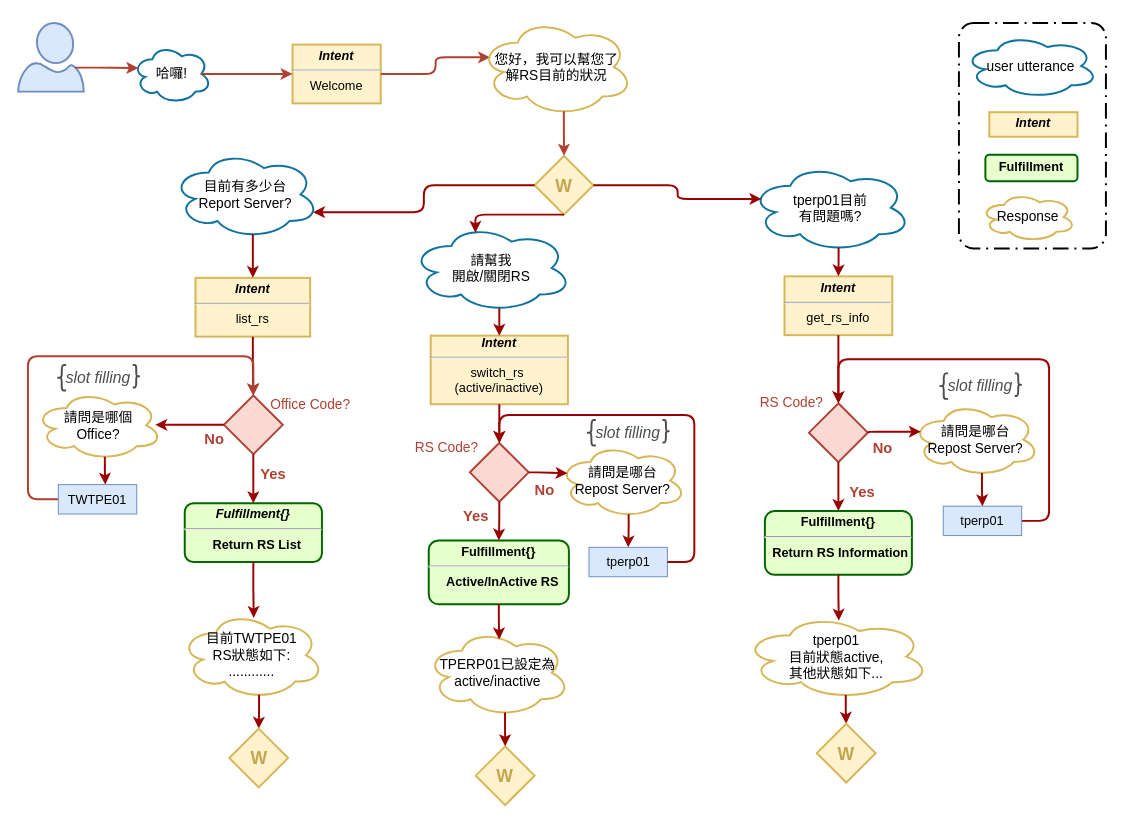
The draw.io diagram page "whl_report" (3 of 4) of resources/assets/qa_bot dialog flow.drawio in shihxuancheng/qa_bot, before the edit. Source tidied: cells renumbered, new cells numbered last; positions are measured from the earlier drawing's top-left corner, leaving out a move shared by most shapes. Both pictures are drawn from the tidied source at 98%, with x=0, y=0 at pixel (18, 18).
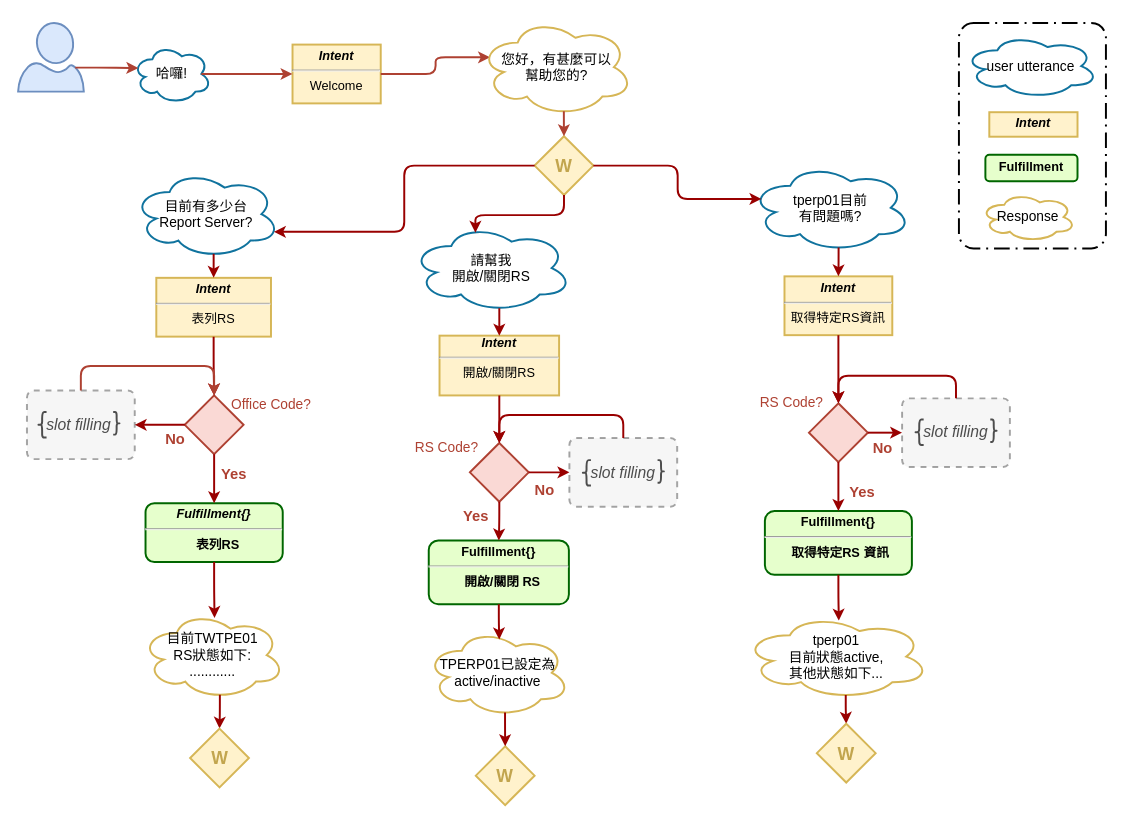
After the change.

The change refers to these unchanged cells:
```xml
<mxCell id="14" value="&lt;p style=&quot;line-height: 100%&quot;&gt;&lt;br&gt;&lt;/p&gt;" style="strokeWidth=2;html=1;shape=mxgraph.flowchart.decision;whiteSpace=wrap;shadow=0;fillColor=#fad9d5;fontSize=13;labelBorderColor=none;strokeColor=#ae4132;spacing=0;" parent="1" vertex="1">
  <mxGeometry x="807" y="393" width="60" height="60" as="geometry" />
</mxCell>
<mxCell id="55" value="&lt;p style=&quot;line-height: 100%&quot;&gt;&lt;br&gt;&lt;/p&gt;" style="strokeWidth=2;html=1;shape=mxgraph.flowchart.decision;whiteSpace=wrap;shadow=0;fillColor=#fad9d5;fontSize=13;labelBorderColor=none;strokeColor=#ae4132;spacing=0;" parent="1" vertex="1">
  <mxGeometry x="461" y="433.5" width="60" height="60" as="geometry" />
</mxCell>
```

What changed in the source:
```diff
@@
+    <mxCell id="88" style="rounded=1;arcSize=10;dashed=1;strokeColor=#000000;fillColor=#E6E6E6;gradientColor=none;strokeWidth=2;glass=0;opacity=35;" parent="1" vertex="1">
+      <mxGeometry x="902" y="388" width="110" height="70" as="geometry" />
+    </mxCell>
+    <mxCell id="89" style="rounded=1;arcSize=10;dashed=1;strokeColor=#000000;fillColor=#E6E6E6;gradientColor=none;strokeWidth=2;glass=0;opacity=35;" parent="1" vertex="1">
+      <mxGeometry x="562.5" y="428.5" width="110" height="70" as="geometry" />
+    </mxCell>
+    <mxCell id="90" style="rounded=1;arcSize=10;dashed=1;strokeColor=#000000;fillColor=#E6E6E6;gradientColor=none;strokeWidth=2;glass=0;opacity=35;" parent="1" vertex="1">
+      <mxGeometry x="9" y="380" width="110" height="70" as="geometry" />
+    </mxCell>
-    <mxCell id="2" value="&lt;p style=&quot;margin: 4px 0px 0px ; font-size: 13px&quot;&gt;&lt;b style=&quot;font-size: 13px&quot;&gt;&lt;i style=&quot;font-size: 13px&quot;&gt;Intent&lt;/i&gt;&lt;/b&gt;&lt;/p&gt;&lt;hr style=&quot;font-size: 13px&quot;&gt;&lt;div style=&quot;height: 2px ; font-size: 13px&quot;&gt;list_rs&lt;/div&gt;" style="verticalAlign=top;align=center;overflow=fill;fontSize=13;fontFamily=Helvetica;html=1;fillColor=#fff2cc;strokeColor=#d6b656;gradientColor=none;strokeWidth=2;" parent="1" vertex="1">
-      <mxGeometry x="181" y="265" width="117" height="60" as="geometry" />
+    <mxCell id="2" value="&lt;p style=&quot;margin: 4px 0px 0px ; font-size: 13px&quot;&gt;&lt;b style=&quot;font-size: 13px&quot;&gt;&lt;i style=&quot;font-size: 13px&quot;&gt;Intent&lt;/i&gt;&lt;/b&gt;&lt;/p&gt;&lt;hr style=&quot;font-size: 13px&quot;&gt;&lt;div style=&quot;height: 2px ; font-size: 13px&quot;&gt;表列RS&lt;/div&gt;" style="verticalAlign=top;align=center;overflow=fill;fontSize=13;fontFamily=Helvetica;html=1;fillColor=#fff2cc;strokeColor=#d6b656;gradientColor=none;strokeWidth=2;" parent="1" vertex="1">
+      <mxGeometry x="141" y="265" width="117" height="60" as="geometry" />
     </mxCell>
-    <mxCell id="3" value="&lt;b&gt;&lt;i&gt;Intent&lt;/i&gt;&lt;/b&gt;&lt;br&gt;&lt;hr&gt;switch_rs&amp;nbsp;&lt;br&gt;(active/inactive)" style="verticalAlign=top;align=center;overflow=fill;fontSize=13;fontFamily=Helvetica;fillColor=#fff2cc;strokeColor=#d6b656;gradientColor=none;strokeWidth=2;html=1;" parent="1" vertex="1">
-      <mxGeometry x="421" y="324" width="140" height="70" as="geometry" />
+    <mxCell id="3" value="&lt;b&gt;&lt;i&gt;Intent&lt;/i&gt;&lt;/b&gt;&lt;br&gt;&lt;hr&gt;開啟/關閉RS" style="verticalAlign=top;align=center;overflow=fill;fontSize=13;fontFamily=Helvetica;fillColor=#fff2cc;strokeColor=#d6b656;gradientColor=none;strokeWidth=2;html=1;" parent="1" vertex="1">
+      <mxGeometry x="430" y="324" width="122" height="61" as="geometry" />
     </mxCell>
-    <mxCell id="4" value="&lt;p style=&quot;margin: 4px 0px 0px ; font-size: 13px&quot;&gt;&lt;b style=&quot;font-size: 13px&quot;&gt;&lt;i style=&quot;font-size: 13px&quot;&gt;Intent&lt;/i&gt;&lt;/b&gt;&lt;/p&gt;&lt;hr style=&quot;font-size: 13px&quot;&gt;&lt;div style=&quot;height: 2px ; font-size: 13px&quot;&gt;get_rs_info&lt;/div&gt;" style="verticalAlign=top;align=center;overflow=fill;fontSize=13;fontFamily=Helvetica;html=1;fillColor=#fff2cc;strokeColor=#d6b656;strokeWidth=2;" parent="1" vertex="1">
+    <mxCell id="4" value="&lt;p style=&quot;margin: 4px 0px 0px ; font-size: 13px&quot;&gt;&lt;b style=&quot;font-size: 13px&quot;&gt;&lt;i style=&quot;font-size: 13px&quot;&gt;Intent&lt;/i&gt;&lt;/b&gt;&lt;/p&gt;&lt;hr style=&quot;font-size: 13px&quot;&gt;&lt;div style=&quot;height: 2px ; font-size: 13px&quot;&gt;取得特定RS資訊&lt;/div&gt;" style="verticalAlign=top;align=center;overflow=fill;fontSize=13;fontFamily=Helvetica;html=1;fillColor=#fff2cc;strokeColor=#d6b656;strokeWidth=2;" parent="1" vertex="1">
       <mxGeometry x="782" y="263.5" width="110" height="60" as="geometry" />
     </mxCell>
@@
     <mxCell id="6" value="&lt;p style=&quot;line-height: 100%&quot;&gt;&lt;br&gt;&lt;/p&gt;" style="strokeWidth=2;html=1;shape=mxgraph.flowchart.decision;whiteSpace=wrap;shadow=0;fillColor=#fad9d5;fontSize=13;labelBorderColor=none;strokeColor=#ae4132;spacing=0;" parent="1" vertex="1">
-      <mxGeometry x="210" y="385" width="60" height="60" as="geometry" />
+      <mxGeometry x="170" y="385" width="60" height="60" as="geometry" />
     </mxCell>
@@
-    <mxCell id="8" value="&lt;p style=&quot;margin: 4px 0px 0px ; font-size: 13px&quot;&gt;&lt;strong style=&quot;font-size: 13px&quot;&gt;&lt;i&gt;Fulfillment{}&lt;/i&gt;&lt;/strong&gt;&lt;/p&gt;&lt;hr style=&quot;font-size: 13px&quot;&gt;&lt;p style=&quot;margin: 0px 0px 0px 8px ; font-size: 13px&quot;&gt;Return RS List&lt;/p&gt;" style="verticalAlign=middle;align=center;overflow=fill;fontSize=13;fontFamily=Helvetica;html=1;rounded=1;fontStyle=1;strokeWidth=2;fillColor=#E6FFCC;strokeColor=#006600;" parent="1" vertex="1">
-      <mxGeometry x="170" y="495" width="140" height="60" as="geometry" />
+    <mxCell id="8" value="&lt;p style=&quot;margin: 4px 0px 0px ; font-size: 13px&quot;&gt;&lt;strong style=&quot;font-size: 13px&quot;&gt;&lt;i&gt;Fulfillment{}&lt;/i&gt;&lt;/strong&gt;&lt;/p&gt;&lt;hr style=&quot;font-size: 13px&quot;&gt;&lt;p style=&quot;margin: 0px 0px 0px 8px ; font-size: 13px&quot;&gt;表列RS&lt;/p&gt;" style="verticalAlign=middle;align=center;overflow=fill;fontSize=13;fontFamily=Helvetica;html=1;rounded=1;fontStyle=1;strokeWidth=2;fillColor=#E6FFCC;strokeColor=#006600;" parent="1" vertex="1">
+      <mxGeometry x="130" y="495" width="140" height="60" as="geometry" />
     </mxCell>
@@
     <mxCell id="10" value="&lt;b&gt;&lt;font style=&quot;font-size: 15px&quot;&gt;Yes&lt;/font&gt;&lt;/b&gt;" style="text;html=1;align=center;verticalAlign=middle;fillColor=none;strokeColor=none;rounded=0;shadow=0;fontSize=13;fontColor=#AE4132;" parent="1" vertex="1">
-      <mxGeometry x="240" y="455" width="40" height="20" as="geometry" />
+      <mxGeometry x="200" y="455" width="40" height="20" as="geometry" />
     </mxCell>
     <mxCell id="11" value="&lt;span&gt;&lt;font style=&quot;font-size: 14px&quot;&gt;&amp;nbsp;&lt;br&gt;Office Code?&lt;/font&gt;&lt;/span&gt;" style="text;html=1;align=center;verticalAlign=middle;fillColor=none;strokeColor=none;rounded=0;shadow=0;fontSize=13;fontStyle=0;fontColor=#AE4132;" parent="1" vertex="1">
-      <mxGeometry x="248" y="365" width="100" height="40" as="geometry" />
+      <mxGeometry x="208" y="365" width="100" height="40" as="geometry" />
     </mxCell>
-    <mxCell id="12" style="strokeColor=#990000;strokeWidth=2;exitX=0;exitY=0.5;exitDx=0;exitDy=0;rounded=1;edgeStyle=elbowEdgeStyle;elbow=vertical;fontSize=13;exitPerimeter=0;" parent="1" edge="1" source="6">
-      <mxGeometry relative="1" as="geometry">
-        <mxPoint x="140" y="415" as="targetPoint" />
-      </mxGeometry>
+    <mxCell id="12" style="strokeColor=#990000;strokeWidth=2;exitX=0;exitY=0.5;exitDx=0;exitDy=0;rounded=1;edgeStyle=orthogonalEdgeStyle;elbow=vertical;fontSize=13;exitPerimeter=0;entryX=1;entryY=0.5;entryDx=0;entryDy=0;" parent="1" edge="1" source="6" target="90">
+      <mxGeometry relative="1" as="geometry" />
     </mxCell>
     <mxCell id="13" value="&lt;b&gt;&lt;font style=&quot;font-size: 15px&quot;&gt;No&lt;/font&gt;&lt;/b&gt;" style="text;html=1;align=center;verticalAlign=middle;fillColor=none;strokeColor=none;rounded=0;shadow=0;fontSize=13;fontColor=#AE4132;" parent="1" vertex="1">
-      <mxGeometry x="180" y="419" width="40" height="20" as="geometry" />
+      <mxGeometry x="140" y="419" width="40" height="20" as="geometry" />
     </mxCell>
@@
-    <mxCell id="16" value="&lt;p style=&quot;margin: 4px 0px 0px ; font-size: 13px&quot;&gt;&lt;strong style=&quot;font-size: 13px&quot;&gt;Fulfillment{}&lt;/strong&gt;&lt;/p&gt;&lt;hr style=&quot;font-size: 13px&quot;&gt;&lt;p style=&quot;margin: 0px 0px 0px 8px ; font-size: 13px&quot;&gt;Return RS Information&amp;nbsp;&lt;/p&gt;" style="verticalAlign=middle;align=center;overflow=fill;fontSize=13;fontFamily=Helvetica;html=1;rounded=1;fontStyle=1;strokeWidth=2;fillColor=#E6FFCC;strokeColor=#006600;" parent="1" vertex="1">
+    <mxCell id="16" value="&lt;p style=&quot;margin: 4px 0px 0px ; font-size: 13px&quot;&gt;&lt;strong style=&quot;font-size: 13px&quot;&gt;Fulfillment{}&lt;/strong&gt;&lt;/p&gt;&lt;hr style=&quot;font-size: 13px&quot;&gt;&lt;p style=&quot;margin: 0px 0px 0px 8px ; font-size: 13px&quot;&gt;取得特定RS 資訊&amp;nbsp;&lt;/p&gt;" style="verticalAlign=middle;align=center;overflow=fill;fontSize=13;fontFamily=Helvetica;html=1;rounded=1;fontStyle=1;strokeWidth=2;fillColor=#E6FFCC;strokeColor=#006600;" parent="1" vertex="1">
       <mxGeometry x="762" y="503" width="150" height="65" as="geometry" />
     </mxCell>
@@
-    <mxCell id="21" style="strokeColor=#990000;strokeWidth=2;rounded=1;edgeStyle=orthogonalEdgeStyle;elbow=vertical;fontSize=13;entryX=0.5;entryY=0;entryDx=0;entryDy=0;entryPerimeter=0;exitX=1;exitY=0.5;exitDx=0;exitDy=0;" parent="1" edge="1" source="42" target="14">
+    <mxCell id="21" style="strokeColor=#990000;strokeWidth=2;rounded=1;edgeStyle=orthogonalEdgeStyle;elbow=vertical;fontSize=13;entryX=0.5;entryY=0;entryDx=0;entryDy=0;entryPerimeter=0;exitX=0.5;exitY=0;exitDx=0;exitDy=0;" parent="1" edge="1" source="88" target="14">
       <mxGeometry relative="1" as="geometry">
         <Array as="points">
-          <mxPoint x="1052" y="513" />
-          <mxPoint x="1052" y="348" />
-          <mxPoint x="837" y="348" />
+          <mxPoint x="957" y="365" />
+          <mxPoint x="837" y="365" />
         </Array>
       </mxGeometry>
     </mxCell>
     <mxCell id="22" value="目前有多少台&lt;br&gt;Report Server?" style="ellipse;shape=cloud;whiteSpace=wrap;html=1;rounded=0;shadow=0;glass=0;comic=0;strokeColor=#10739e;strokeWidth=2;fillColor=none;fontSize=14;" parent="1" vertex="1">
-      <mxGeometry x="157" y="135" width="150" height="90" as="geometry" />
+      <mxGeometry x="117" y="155" width="150" height="90" as="geometry" />
     </mxCell>
@@
-    <mxCell id="24" value="請問是哪個&lt;br&gt;Office?" style="ellipse;shape=cloud;whiteSpace=wrap;html=1;rounded=0;shadow=0;glass=0;comic=0;strokeColor=#D6B656;strokeWidth=2;fillColor=none;fontSize=14;" parent="1" vertex="1">
-      <mxGeometry x="17" y="380" width="130" height="71" as="geometry" />
-    </mxCell>
-    <mxCell id="25" style="strokeColor=#990000;strokeWidth=2;exitX=0.55;exitY=0.95;exitDx=0;exitDy=0;entryX=0.6;entryY=0;entryDx=0;entryDy=0;rounded=1;edgeStyle=elbowEdgeStyle;elbow=vertical;fontSize=13;exitPerimeter=0;entryPerimeter=0;" parent="1" edge="1" source="24" target="29">
-      <mxGeometry relative="1" as="geometry" />
-    </mxCell>
     <mxCell id="26" value="目前TWTPE01&lt;br&gt;RS狀態如下:&lt;br&gt;............" style="ellipse;shape=cloud;whiteSpace=wrap;html=1;rounded=0;shadow=0;glass=0;comic=0;strokeColor=#D6B656;strokeWidth=2;fillColor=none;fontSize=14;" parent="1" vertex="1">
-      <mxGeometry x="165" y="605" width="147" height="90" as="geometry" />
+      <mxGeometry x="125" y="605" width="147" height="90" as="geometry" />
     </mxCell>
@@
-    <mxCell id="28" style="strokeColor=#AE4132;strokeWidth=2;exitX=0;exitY=0.5;exitDx=0;exitDy=0;edgeStyle=orthogonalEdgeStyle;elbow=vertical;fontSize=13;jumpStyle=none;comic=0;rounded=1;" parent="1" edge="1" source="29">
+    <mxCell id="28" style="strokeColor=#AE4132;strokeWidth=2;exitX=0.5;exitY=0;exitDx=0;exitDy=0;edgeStyle=orthogonalEdgeStyle;elbow=vertical;fontSize=13;jumpStyle=none;comic=0;rounded=1;" parent="1" edge="1" source="90">
       <mxGeometry relative="1" as="geometry">
-        <mxPoint x="240" y="385" as="targetPoint" />
+        <mxPoint x="200" y="385" as="targetPoint" />
         <Array as="points">
-          <mxPoint x="10" y="491" />
-          <mxPoint x="10" y="345" />
-          <mxPoint x="240" y="345" />
+          <mxPoint x="64" y="355" />
+          <mxPoint x="200" y="355" />
         </Array>
       </mxGeometry>
     </mxCell>
-    <mxCell id="29" value="TWTPE01" style="rounded=0;whiteSpace=wrap;html=1;strokeWidth=1;fontSize=13;fillColor=#dae8fc;strokeColor=#6c8ebf;fontColor=#000000;" parent="1" vertex="1">
-      <mxGeometry x="41" y="476" width="80" height="30" as="geometry" />
-    </mxCell>
@@
     <mxCell id="33" value="&lt;p style=&quot;line-height: 100%; font-size: 18px;&quot;&gt;W&lt;/p&gt;" style="strokeWidth=2;html=1;shape=mxgraph.flowchart.decision;whiteSpace=wrap;shadow=0;fillColor=#fff2cc;fontSize=18;labelBorderColor=none;strokeColor=#d6b656;spacing=0;fontStyle=1;fontColor=#C2A54E;" parent="1" vertex="1">
-      <mxGeometry x="527" y="140.5" width="60" height="60" as="geometry" />
+      <mxGeometry x="527" y="120.5" width="60" height="60" as="geometry" />
     </mxCell>
@@
-    <mxCell id="36" value="您好，我可以幫您了&lt;br&gt;解RS目前的狀況" style="ellipse;shape=cloud;whiteSpace=wrap;html=1;rounded=0;shadow=0;glass=0;comic=0;strokeColor=#D6B656;strokeWidth=2;fillColor=none;fontSize=14;" parent="1" vertex="1">
+    <mxCell id="36" value="您好，有甚麼可以&lt;br&gt;幫助您的?" style="ellipse;shape=cloud;whiteSpace=wrap;html=1;rounded=0;shadow=0;glass=0;comic=0;strokeColor=#D6B656;strokeWidth=2;fillColor=none;fontSize=14;" parent="1" vertex="1">
       <mxGeometry x="470.5" width="157" height="100" as="geometry" />
     </mxCell>
@@
     <mxCell id="39" value="&lt;p style=&quot;line-height: 100%; font-size: 18px;&quot;&gt;W&lt;/p&gt;" style="strokeWidth=2;html=1;shape=mxgraph.flowchart.decision;whiteSpace=wrap;shadow=0;fillColor=#fff2cc;fontSize=18;labelBorderColor=none;strokeColor=#d6b656;spacing=0;fontStyle=1;fontColor=#C2A54E;" parent="1" vertex="1">
-      <mxGeometry x="215.5" y="725" width="60" height="60" as="geometry" />
+      <mxGeometry x="175.5" y="725" width="60" height="60" as="geometry" />
     </mxCell>
@@
-    <mxCell id="41" value="請問是哪台&lt;br&gt;Repost Server?&lt;br&gt;" style="ellipse;shape=cloud;whiteSpace=wrap;html=1;rounded=0;shadow=0;glass=0;comic=0;strokeColor=#D6B656;strokeWidth=2;fillColor=none;fontSize=14;" parent="1" vertex="1">
-      <mxGeometry x="912" y="392" width="130" height="76" as="geometry" />
-    </mxCell>
-    <mxCell id="42" value="tperp01" style="rounded=0;whiteSpace=wrap;html=1;strokeWidth=1;fontSize=13;fillColor=#dae8fc;strokeColor=#6c8ebf;fontColor=#000000;" parent="1" vertex="1">
-      <mxGeometry x="944" y="498" width="80" height="30" as="geometry" />
-    </mxCell>
-    <mxCell id="43" style="strokeColor=#990000;strokeWidth=2;rounded=1;edgeStyle=elbowEdgeStyle;elbow=vertical;fontSize=13;entryX=0.07;entryY=0.4;entryDx=0;entryDy=0;entryPerimeter=0;exitX=1;exitY=0.5;exitDx=0;exitDy=0;exitPerimeter=0;" parent="1" edge="1" source="14" target="41">
-      <mxGeometry relative="1" as="geometry">
-        <Array as="points">
-          <mxPoint x="892" y="422" />
-        </Array>
-      </mxGeometry>
-    </mxCell>
@@
-    <mxCell id="49" style="strokeColor=#990000;strokeWidth=2;exitX=0.55;exitY=0.95;exitDx=0;exitDy=0;rounded=1;edgeStyle=elbowEdgeStyle;elbow=vertical;fontSize=13;exitPerimeter=0;" parent="1" edge="1" source="41" target="42">
-      <mxGeometry relative="1" as="geometry" />
-    </mxCell>
@@
-    <mxCell id="54" value="&lt;p style=&quot;margin: 4px 0px 0px ; font-size: 13px&quot;&gt;&lt;strong style=&quot;font-size: 13px&quot;&gt;Fulfillment{}&lt;/strong&gt;&lt;/p&gt;&lt;hr style=&quot;font-size: 13px&quot;&gt;&lt;p style=&quot;margin: 0px 0px 0px 8px ; font-size: 13px&quot;&gt;Active/InActive RS&lt;/p&gt;" style="verticalAlign=middle;align=center;overflow=fill;fontSize=13;fontFamily=Helvetica;html=1;rounded=1;fontStyle=1;strokeWidth=2;fillColor=#E6FFCC;strokeColor=#006600;" parent="1" vertex="1">
+    <mxCell id="54" value="&lt;p style=&quot;margin: 4px 0px 0px ; font-size: 13px&quot;&gt;&lt;strong style=&quot;font-size: 13px&quot;&gt;Fulfillment{}&lt;/strong&gt;&lt;/p&gt;&lt;hr style=&quot;font-size: 13px&quot;&gt;&lt;p style=&quot;margin: 0px 0px 0px 8px ; font-size: 13px&quot;&gt;開啟/關閉 RS&lt;/p&gt;" style="verticalAlign=middle;align=center;overflow=fill;fontSize=13;fontFamily=Helvetica;html=1;rounded=1;fontStyle=1;strokeWidth=2;fillColor=#E6FFCC;strokeColor=#006600;" parent="1" vertex="1">
       <mxGeometry x="419" y="533" width="143" height="65" as="geometry" />
     </mxCell>
@@
-    <mxCell id="60" value="請問是哪台&lt;br&gt;Repost Server?&lt;br&gt;" style="ellipse;shape=cloud;whiteSpace=wrap;html=1;rounded=0;shadow=0;glass=0;comic=0;strokeColor=#D6B656;strokeWidth=2;fillColor=none;fontSize=14;" parent="1" vertex="1">
-      <mxGeometry x="551.5" y="434" width="130" height="76" as="geometry" />
-    </mxCell>
-    <mxCell id="61" value="tperp01" style="rounded=0;whiteSpace=wrap;html=1;strokeWidth=1;fontSize=13;fillColor=#dae8fc;strokeColor=#6c8ebf;fontColor=#000000;" parent="1" vertex="1">
-      <mxGeometry x="582.5" y="540" width="80" height="30" as="geometry" />
-    </mxCell>
-    <mxCell id="62" style="strokeColor=#990000;strokeWidth=2;rounded=1;edgeStyle=orthogonalEdgeStyle;elbow=vertical;fontSize=13;exitX=1;exitY=0.5;exitDx=0;exitDy=0;exitPerimeter=0;entryX=0.07;entryY=0.4;entryDx=0;entryDy=0;entryPerimeter=0;" parent="1" edge="1" source="55" target="60">
+    <mxCell id="62" style="strokeColor=#990000;strokeWidth=2;rounded=1;edgeStyle=orthogonalEdgeStyle;elbow=vertical;fontSize=13;exitX=1;exitY=0.5;exitDx=0;exitDy=0;exitPerimeter=0;entryX=0;entryY=0.5;entryDx=0;entryDy=0;" parent="1" edge="1" source="55" target="89">
       <mxGeometry relative="1" as="geometry" />
     </mxCell>
-    <mxCell id="63" style="strokeColor=#990000;strokeWidth=2;exitX=0.55;exitY=0.95;exitDx=0;exitDy=0;rounded=1;edgeStyle=elbowEdgeStyle;elbow=vertical;fontSize=13;exitPerimeter=0;entryX=0.5;entryY=0;entryDx=0;entryDy=0;" parent="1" edge="1" source="60" target="61">
-      <mxGeometry relative="1" as="geometry" />
-    </mxCell>
@@
-    <mxCell id="65" style="strokeColor=#990000;strokeWidth=2;rounded=1;edgeStyle=orthogonalEdgeStyle;elbow=vertical;fontSize=13;entryX=0.5;entryY=0;entryDx=0;entryDy=0;entryPerimeter=0;exitX=1;exitY=0.5;exitDx=0;exitDy=0;" parent="1" edge="1" source="61" target="55">
+    <mxCell id="65" style="strokeColor=#990000;strokeWidth=2;rounded=1;edgeStyle=orthogonalEdgeStyle;elbow=vertical;fontSize=13;entryX=0.5;entryY=0;entryDx=0;entryDy=0;entryPerimeter=0;exitX=0.5;exitY=0;exitDx=0;exitDy=0;" parent="1" edge="1" source="89" target="55">
       <mxGeometry relative="1" as="geometry">
         <Array as="points">
-          <mxPoint x="690" y="555" />
-          <mxPoint x="690" y="405" />
+          <mxPoint x="618" y="405" />
           <mxPoint x="491" y="405" />
         </Array>
       </mxGeometry>
     </mxCell>
@@
     <mxCell id="76" style="group;" parent="1" vertex="1">
-      <mxGeometry x="40" y="354" width="84" height="26" as="geometry" />
+      <mxGeometry x="20" y="402" width="84" height="26" as="geometry" />
     </mxCell>
@@
     <mxCell id="80" style="group;" parent="1" vertex="1">
-      <mxGeometry x="580.5" y="410" width="84" height="26" as="geometry" />
+      <mxGeometry x="575.5" y="451" width="84" height="26" as="geometry" />
     </mxCell>
@@
     <mxCell id="84" style="group;" parent="1" vertex="1">
-      <mxGeometry x="940" y="362.5" width="84" height="26" as="geometry" />
+      <mxGeometry x="915" y="409.5" width="84" height="26" as="geometry" />
     </mxCell>
@@
+    <mxCell id="91" style="strokeColor=#990000;strokeWidth=2;rounded=1;edgeStyle=orthogonalEdgeStyle;elbow=vertical;fontSize=13;exitX=1;exitY=0.5;exitDx=0;exitDy=0;exitPerimeter=0;entryX=0;entryY=0.5;entryDx=0;entryDy=0;" parent="1" edge="1" source="14" target="88">
+      <mxGeometry relative="1" as="geometry" />
+    </mxCell>
```
